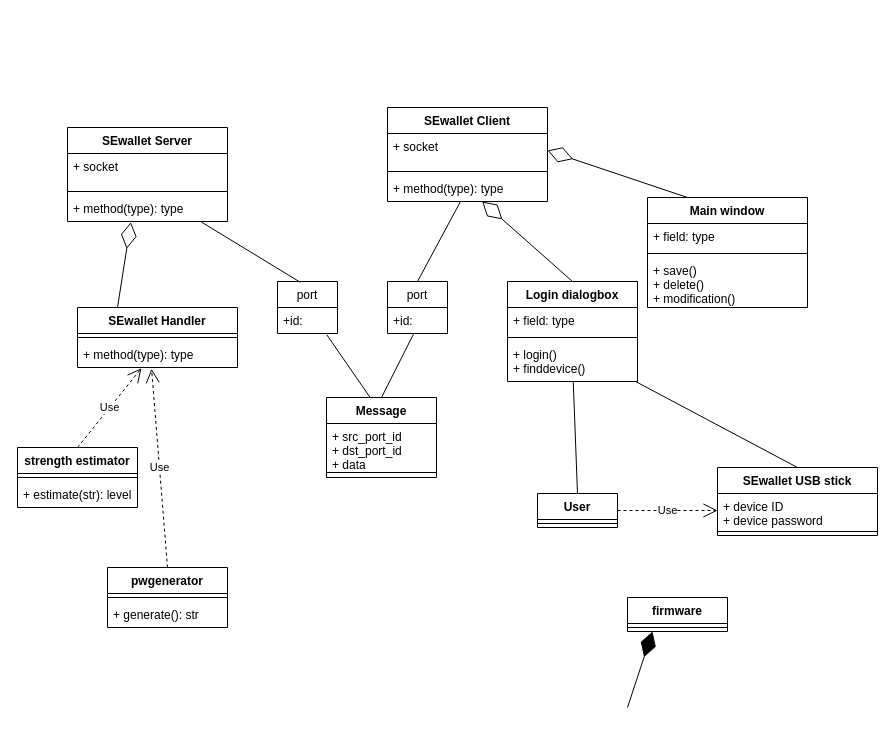
Earlier version of the draw.io diagram Untitled Diagram.drawio (polito-hci-2020/course-materials). Source tidied: cells renumbered, new cells numbered last; positions are measured from the earlier drawing's top-left corner, leaving out a move shared by most shapes. Both pictures are drawn from the tidied source at 100%, with x=0, y=0 at pixel (17, 107).
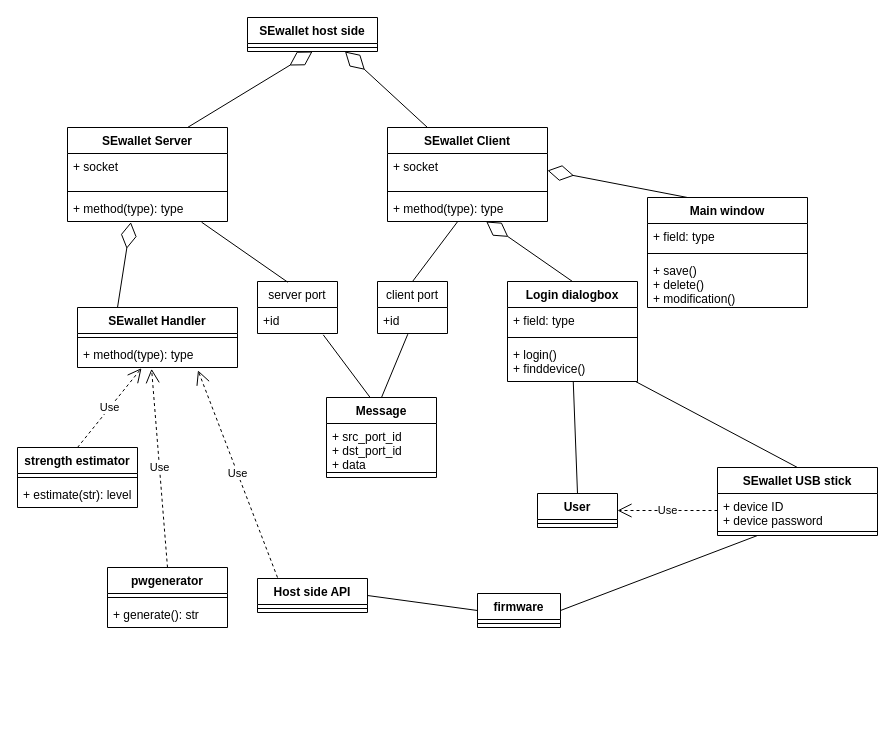
The same diagram, later.

Unchanged cells that the change refers to:
```xml
<mxCell id="2" value="SEwallet Server" style="swimlane;fontStyle=1;align=center;verticalAlign=top;horizontal=1;startSize=26;" parent="1" vertex="1">
  <mxGeometry x="50" y="20" width="160" height="94" as="geometry" />
</mxCell>
<mxCell id="12" value="+ method(type): type" style="text;strokeColor=none;fillColor=none;align=left;verticalAlign=top;spacingLeft=4;spacingRight=4;overflow=hidden;points=[[0,0.5],[1,0.5]];portConstraint=eastwest;" parent="10" vertex="1">
  <mxGeometry y="34" width="160" height="26" as="geometry" />
</mxCell>
<mxCell id="43" value="User&#10;" style="swimlane;fontStyle=1;align=center;verticalAlign=top;horizontal=1;startSize=26;" parent="1" vertex="1">
  <mxGeometry x="520" y="386" width="80" height="34" as="geometry" />
</mxCell>
<mxCell id="45" value="SEwallet USB stick" style="swimlane;fontStyle=1;align=center;verticalAlign=top;horizontal=1;startSize=26;" parent="1" vertex="1">
  <mxGeometry x="700" y="360" width="160" height="68" as="geometry" />
</mxCell>
<mxCell id="46" value="+ device ID&#10;+ device password" style="text;strokeColor=none;fillColor=none;align=left;verticalAlign=top;spacingLeft=4;spacingRight=4;overflow=hidden;points=[[0,0.5],[1,0.5]];portConstraint=eastwest;" parent="45" vertex="1">
  <mxGeometry y="26" width="160" height="34" as="geometry" />
</mxCell>
```

The edit, as a diff of the source:
```diff
@@
     <mxCell id="6" value="SEwallet Client" style="swimlane;fontStyle=1;align=center;verticalAlign=top;horizontal=1;startSize=26;" parent="1" vertex="1">
-      <mxGeometry x="370" width="160" height="94" as="geometry" />
+      <mxGeometry x="370" y="20" width="160" height="94" as="geometry" />
     </mxCell>
@@
-    <mxCell id="13" value="port" style="swimlane;fontStyle=0;horizontal=1;startSize=26;fillColor=none;" parent="1" vertex="1">
-      <mxGeometry x="260" y="174" width="60" height="52" as="geometry" />
+    <mxCell id="13" value="server port" style="swimlane;fontStyle=0;horizontal=1;startSize=26;fillColor=none;" parent="1" vertex="1">
+      <mxGeometry x="240" y="174" width="80" height="52" as="geometry" />
     </mxCell>
-    <mxCell id="14" value="+id:" style="text;strokeColor=none;fillColor=none;align=left;verticalAlign=top;spacingLeft=4;spacingRight=4;overflow=hidden;points=[[0,0.5],[1,0.5]];portConstraint=eastwest;" parent="13" vertex="1">
-      <mxGeometry y="26" width="60" height="26" as="geometry" />
+    <mxCell id="14" value="+id" style="text;strokeColor=none;fillColor=none;align=left;verticalAlign=top;spacingLeft=4;spacingRight=4;overflow=hidden;points=[[0,0.5],[1,0.5]];portConstraint=eastwest;" parent="13" vertex="1">
+      <mxGeometry y="26" width="80" height="26" as="geometry" />
     </mxCell>
@@
-    <mxCell id="16" value="port" style="swimlane;fontStyle=0;horizontal=1;startSize=26;fillColor=none;" parent="1" vertex="1">
-      <mxGeometry x="370" y="174" width="60" height="52" as="geometry" />
+    <mxCell id="16" value="client port" style="swimlane;fontStyle=0;horizontal=1;startSize=26;fillColor=none;" parent="1" vertex="1">
+      <mxGeometry x="360" y="174" width="70" height="52" as="geometry" />
     </mxCell>
-    <mxCell id="17" value="+id:" style="text;strokeColor=none;fillColor=none;align=left;verticalAlign=top;spacingLeft=4;spacingRight=4;overflow=hidden;points=[[0,0.5],[1,0.5]];portConstraint=eastwest;" parent="16" vertex="1">
-      <mxGeometry y="26" width="60" height="26" as="geometry" />
+    <mxCell id="17" value="+id" style="text;strokeColor=none;fillColor=none;align=left;verticalAlign=top;spacingLeft=4;spacingRight=4;overflow=hidden;points=[[0,0.5],[1,0.5]];portConstraint=eastwest;" parent="16" vertex="1">
+      <mxGeometry y="26" width="70" height="26" as="geometry" />
     </mxCell>
@@
-    <mxCell id="50" value="Use" style="endArrow=open;endSize=12;dashed=1;html=1;exitX=1;exitY=0.5;exitDx=0;exitDy=0;entryX=0;entryY=0.5;entryDx=0;entryDy=0;" parent="1" edge="1" source="43" target="46">
-      <mxGeometry relative="1" as="geometry" />
-    </mxCell>
     <mxCell id="51" value="firmware" style="swimlane;fontStyle=1;align=center;verticalAlign=top;horizontal=1;startSize=26;" parent="1" vertex="1">
-      <mxGeometry x="610" y="490" width="100" height="34" as="geometry" />
+      <mxGeometry x="460" y="486" width="83" height="34" as="geometry" />
     </mxCell>
     <mxCell id="52" style="line;strokeWidth=1;fillColor=none;align=left;verticalAlign=middle;spacingTop=-1;spacingLeft=3;spacingRight=3;labelPosition=right;" parent="51" vertex="1">
-      <mxGeometry y="26" width="100" height="8" as="geometry" />
+      <mxGeometry y="26" width="83" height="8" as="geometry" />
     </mxCell>
-    <mxCell id="53" style="endArrow=diamondThin;endFill=1;endSize=24;html=1;entryX=0.25;entryY=1;entryDx=0;entryDy=0;" parent="1" edge="1" target="51">
-      <mxGeometry relative="1" as="geometry">
-        <mxPoint x="610" y="600" as="sourcePoint" />
-      </mxGeometry>
-    </mxCell>
+    <mxCell id="54" value="SEwallet host side" style="swimlane;fontStyle=1;align=center;verticalAlign=top;horizontal=1;startSize=26;hachureGap=4;" parent="1" vertex="1">
+      <mxGeometry x="230" y="-90" width="130" height="34" as="geometry" />
+    </mxCell>
+    <mxCell id="55" style="line;strokeWidth=1;fillColor=none;align=left;verticalAlign=middle;spacingTop=-1;spacingLeft=3;spacingRight=3;labelPosition=right;" parent="54" vertex="1">
+      <mxGeometry y="26" width="130" height="8" as="geometry" />
+    </mxCell>
+    <mxCell id="56" style="endArrow=diamondThin;endFill=0;endSize=24;html=1;sourcePerimeterSpacing=8;targetPerimeterSpacing=8;entryX=0.5;entryY=1;entryDx=0;entryDy=0;exitX=0.75;exitY=0;exitDx=0;exitDy=0;" parent="1" edge="1" source="2" target="54">
+      <mxGeometry relative="1" as="geometry" />
+    </mxCell>
+    <mxCell id="57" style="endArrow=diamondThin;endFill=0;endSize=24;html=1;sourcePerimeterSpacing=8;targetPerimeterSpacing=8;entryX=0.75;entryY=1;entryDx=0;entryDy=0;exitX=0.25;exitY=0;exitDx=0;exitDy=0;" parent="1" edge="1" source="6" target="54">
+      <mxGeometry relative="1" as="geometry" />
+    </mxCell>
+    <mxCell id="58" style="endArrow=none;html=1;startSize=14;endSize=14;sourcePerimeterSpacing=8;targetPerimeterSpacing=8;entryX=0.25;entryY=1;entryDx=0;entryDy=0;exitX=1;exitY=0.5;exitDx=0;exitDy=0;" parent="1" edge="1" source="51" target="45">
+      <mxGeometry relative="1" as="geometry" />
+    </mxCell>
+    <mxCell id="59" value="Use" style="endArrow=open;endSize=12;dashed=1;html=1;sourcePerimeterSpacing=8;targetPerimeterSpacing=8;entryX=0.753;entryY=1.109;entryDx=0;entryDy=0;entryPerimeter=0;" parent="1" edge="1" target="12">
+      <mxGeometry relative="1" as="geometry">
+        <mxPoint x="260" y="470" as="sourcePoint" />
+      </mxGeometry>
+    </mxCell>
+    <mxCell id="60" value="Host side API" style="swimlane;fontStyle=1;align=center;verticalAlign=top;horizontal=1;startSize=26;hachureGap=4;" parent="1" vertex="1">
+      <mxGeometry x="240" y="471" width="110" height="34" as="geometry" />
+    </mxCell>
+    <mxCell id="61" style="line;strokeWidth=1;fillColor=none;align=left;verticalAlign=middle;spacingTop=-1;spacingLeft=3;spacingRight=3;labelPosition=right;" parent="60" vertex="1">
+      <mxGeometry y="26" width="110" height="8" as="geometry" />
+    </mxCell>
+    <mxCell id="62" style="endArrow=none;html=1;startSize=14;endSize=14;sourcePerimeterSpacing=8;targetPerimeterSpacing=8;entryX=0;entryY=0.5;entryDx=0;entryDy=0;exitX=1;exitY=0.5;exitDx=0;exitDy=0;" parent="1" edge="1" source="60" target="51">
+      <mxGeometry relative="1" as="geometry" />
+    </mxCell>
+    <mxCell id="63" value="Use" style="endArrow=open;endSize=12;dashed=1;html=1;sourcePerimeterSpacing=8;targetPerimeterSpacing=8;entryX=1;entryY=0.5;entryDx=0;entryDy=0;exitX=0;exitY=0.5;exitDx=0;exitDy=0;" parent="1" edge="1" source="46" target="43">
+      <mxGeometry relative="1" as="geometry" />
+    </mxCell>
```
